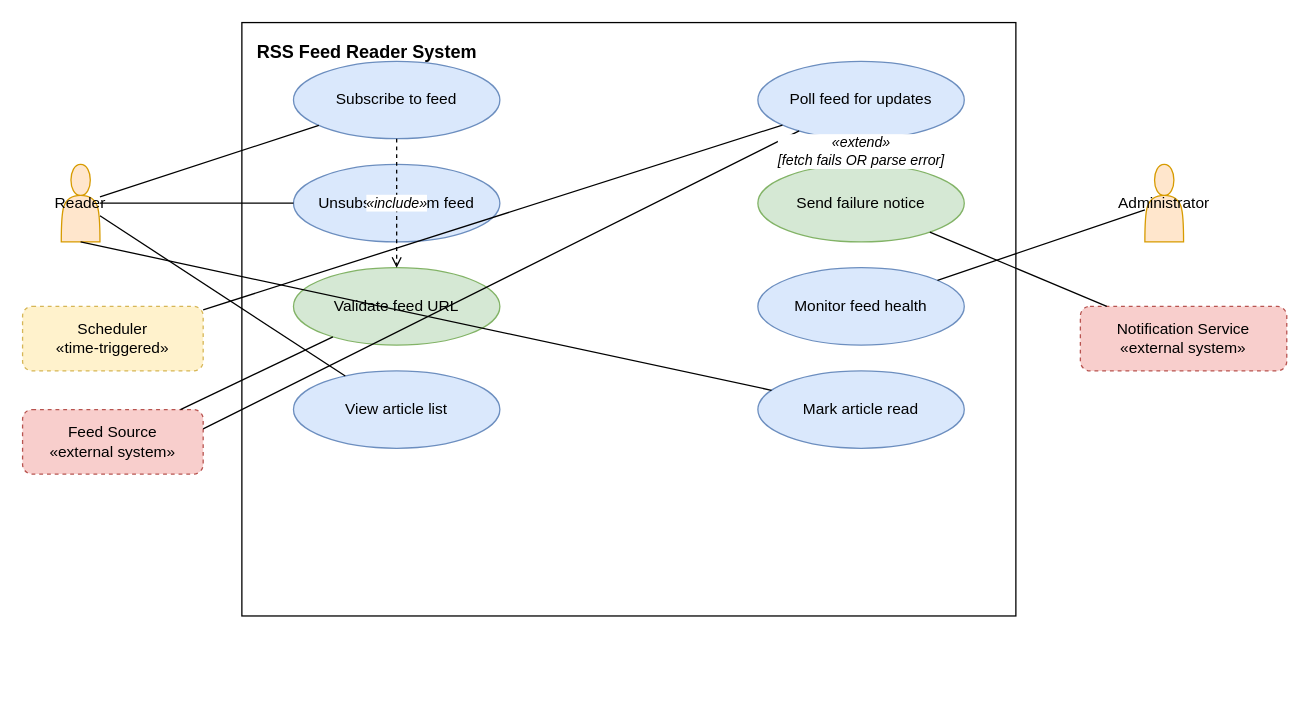
VPratham-2007/RSS_Feed keeps this draw.io diagram as rss_feed_reader_use_case_diagram.drawio. Above is the earlier version. Source tidied: cells renumbered, new cells numbered last; positions are measured from the earlier drawing's top-left corner, leaving out a move shared by most shapes. Both pictures are drawn from the tidied source at 129%, with x=0, y=0 at pixel (22, 22).
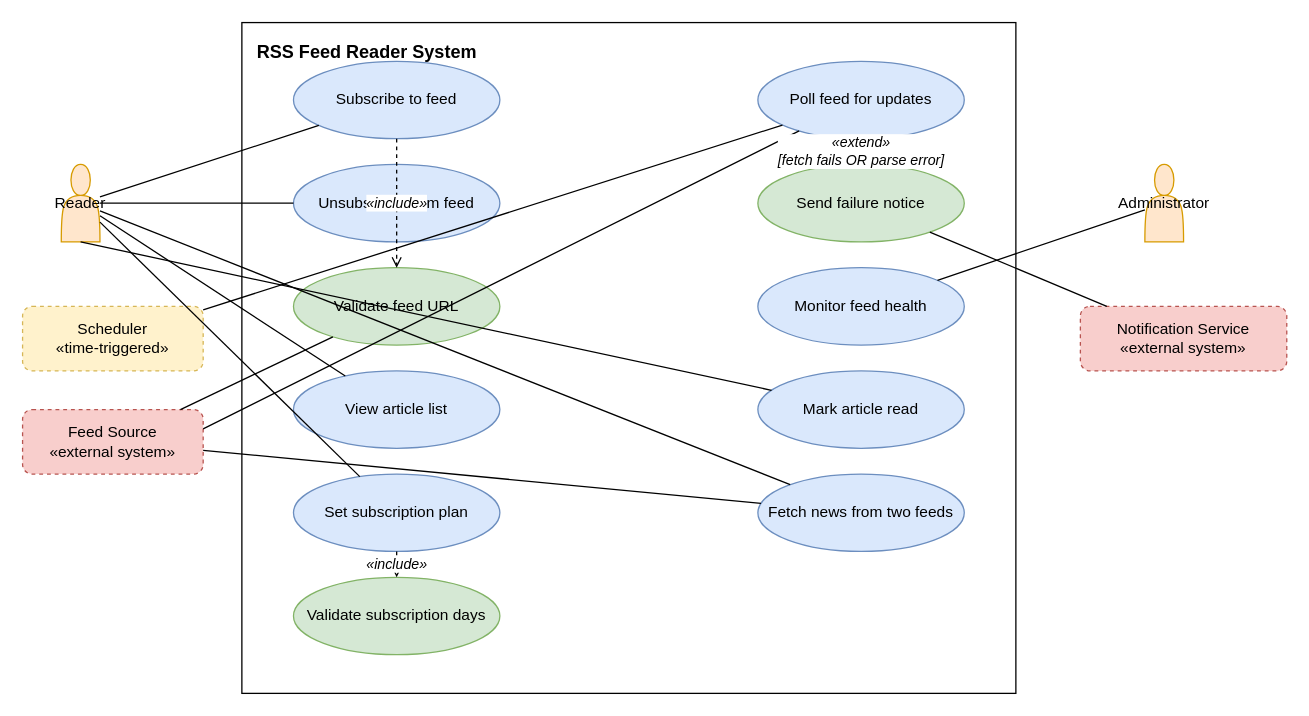
The same page after the edit.

Unchanged cells that the change refers to:
```xml
<mxCell id="11" value="Reader" style="shape=actor;whiteSpace=wrap;html=1;fillColor=#ffe6cc;strokeColor=#d79b00;" parent="1" vertex="1">
  <mxGeometry x="30" y="110" width="30" height="60" as="geometry" />
</mxCell>
<mxCell id="14" value="Feed Source&#10;«external system»" style="rounded=1;whiteSpace=wrap;html=1;dashed=1;fillColor=#f8cecc;strokeColor=#b85450;" parent="1" vertex="1">
  <mxGeometry y="300" width="140" height="50" as="geometry" />
</mxCell>
```

Change to the diagram source:
```diff
@@
     <mxCell id="2" value="RSS Feed Reader System" style="rounded=0;whiteSpace=wrap;html=1;verticalAlign=top;align=left;spacingLeft=10;spacingTop=8;fontStyle=1;fontSize=14;fillColor=none;strokeColor=#000000;" parent="1" vertex="1">
-      <mxGeometry x="170" width="600" height="460" as="geometry" />
+      <mxGeometry x="170" width="600" height="520" as="geometry" />
     </mxCell>
@@
+    <mxCell id="27" value="Set subscription plan" style="ellipse;whiteSpace=wrap;html=1;fillColor=#dae8fc;strokeColor=#6c8ebf;" parent="1" vertex="1">
+      <mxGeometry x="210" y="350" width="160" height="60" as="geometry" />
+    </mxCell>
+    <mxCell id="28" value="Validate subscription days" style="ellipse;whiteSpace=wrap;html=1;fillColor=#d5e8d4;strokeColor=#82b366;" parent="1" vertex="1">
+      <mxGeometry x="210" y="430" width="160" height="60" as="geometry" />
+    </mxCell>
+    <mxCell id="29" value="Fetch news from two feeds" style="ellipse;whiteSpace=wrap;html=1;fillColor=#dae8fc;strokeColor=#6c8ebf;" parent="1" vertex="1">
+      <mxGeometry x="570" y="350" width="160" height="60" as="geometry" />
+    </mxCell>
@@
+    <mxCell id="30" style="edgeStyle=none;html=1;endArrow=none;startArrow=none;rounded=0;" parent="1" edge="1" source="11" target="27">
+      <mxGeometry relative="1" as="geometry" />
+    </mxCell>
+    <mxCell id="31" style="edgeStyle=none;html=1;endArrow=none;startArrow=none;rounded=0;" parent="1" edge="1" source="11" target="29">
+      <mxGeometry relative="1" as="geometry" />
+    </mxCell>
+    <mxCell id="32" style="edgeStyle=none;html=1;endArrow=none;startArrow=none;rounded=0;" parent="1" edge="1" source="14" target="29">
+      <mxGeometry relative="1" as="geometry" />
+    </mxCell>
+    <mxCell id="33" value="«include»" style="edgeStyle=none;html=1;endArrow=open;dashed=1;rounded=0;fontStyle=2;" parent="1" edge="1" source="27" target="28">
+      <mxGeometry relative="1" as="geometry" />
+    </mxCell>
```
